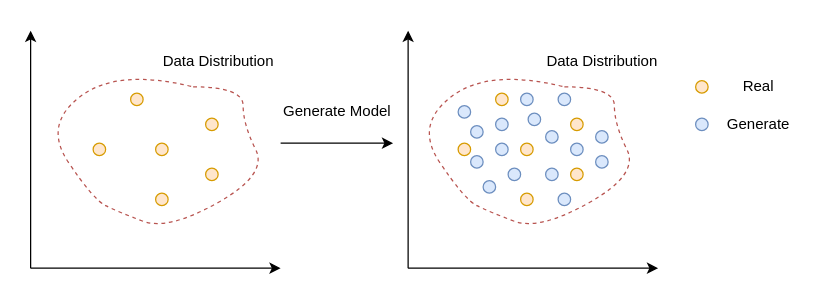
The draw.io diagram test.drawio in kingkingofall/school_project, before the edit. Source tidied: cells renumbered, new cells numbered last; positions are measured from the earlier drawing's top-left corner, leaving out a move shared by most shapes. Both pictures are drawn from the tidied source at 125%, with x=0, y=0 at pixel (30, 30).
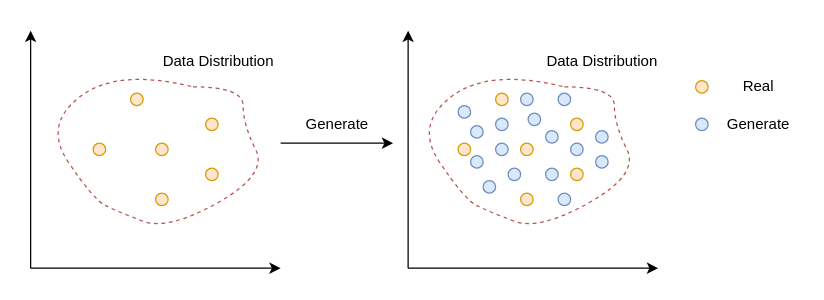
After the change.

The edit, as a diff of the source:
```diff
@@
-    <mxCell id="43" value="Generate Model" style="text;html=1;align=center;verticalAlign=middle;strokeColor=none;fillColor=none;" parent="1" vertex="1">
-      <mxGeometry x="190" y="50" width="110" height="30" as="geometry" />
+    <mxCell id="43" value="Generate" style="text;html=1;align=center;verticalAlign=middle;strokeColor=none;fillColor=none;" parent="1" vertex="1">
+      <mxGeometry x="210" y="60" width="70" height="30" as="geometry" />
     </mxCell>
```
